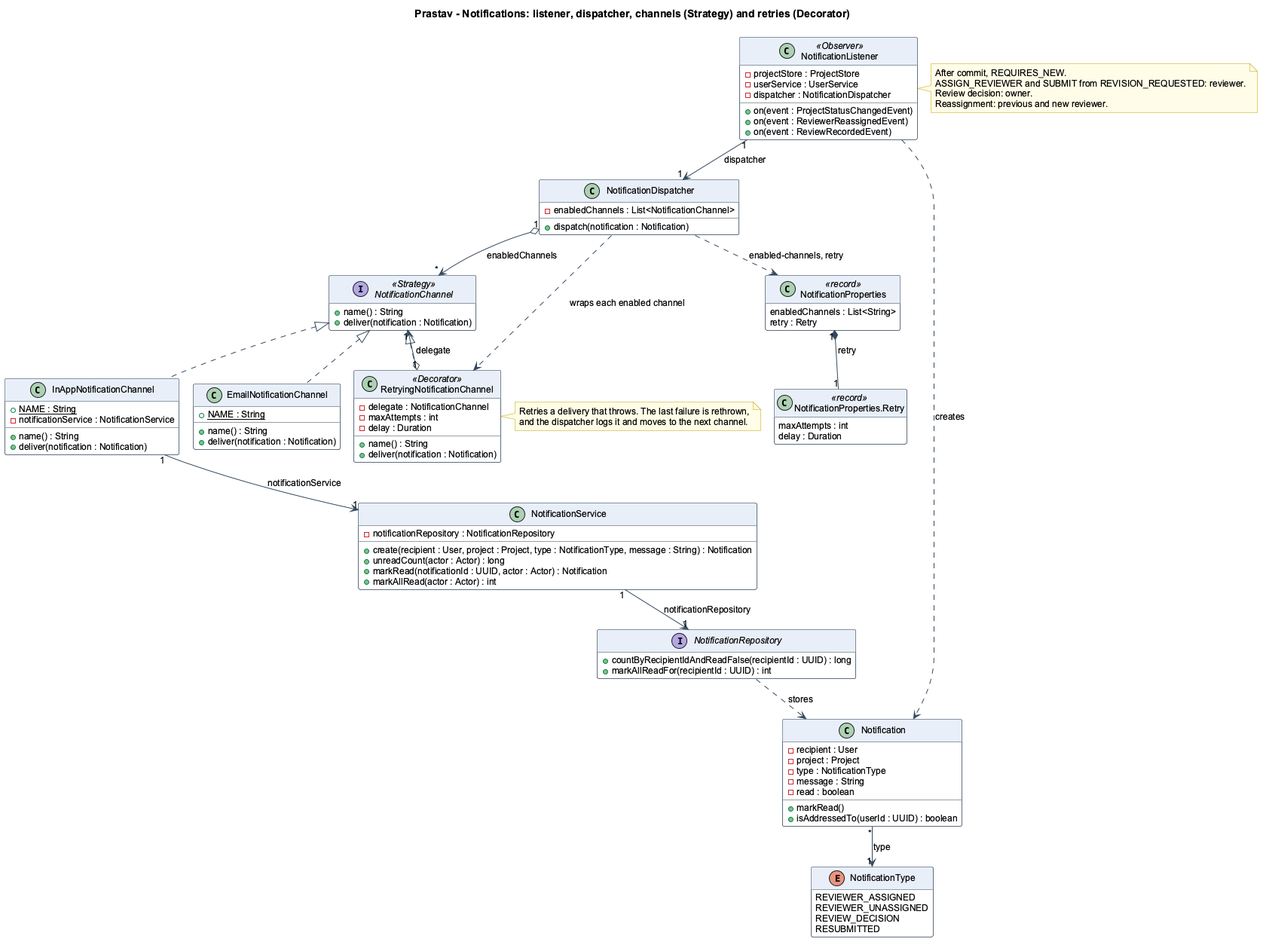
Earlier version of the PlantUML export docs/uml/png/13_notification_classes.png (udita-0707/Prastaav).
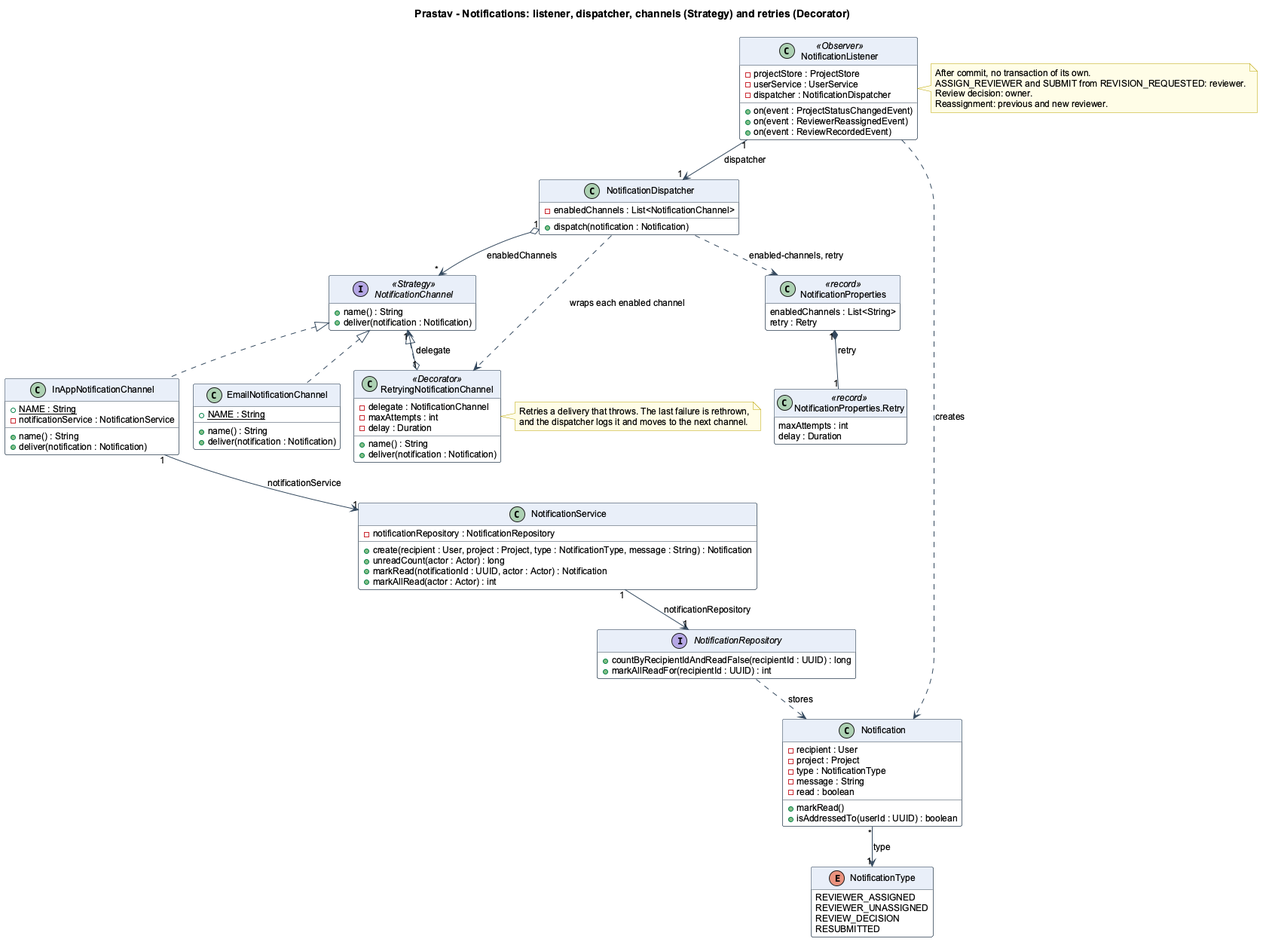
The same file after the commit.

What changed in the source:
```diff
@@ -100,7 +100,7 @@
 Notification "*" --> "1" NotificationType : type
 
 note right of NotificationListener
-  After commit, REQUIRES_NEW.
+  After commit, no transaction of its own.
   ASSIGN_REVIEWER and SUBMIT from REVISION_REQUESTED: reviewer.
   Review decision: owner.
   Reassignment: previous and new reviewer.
```
